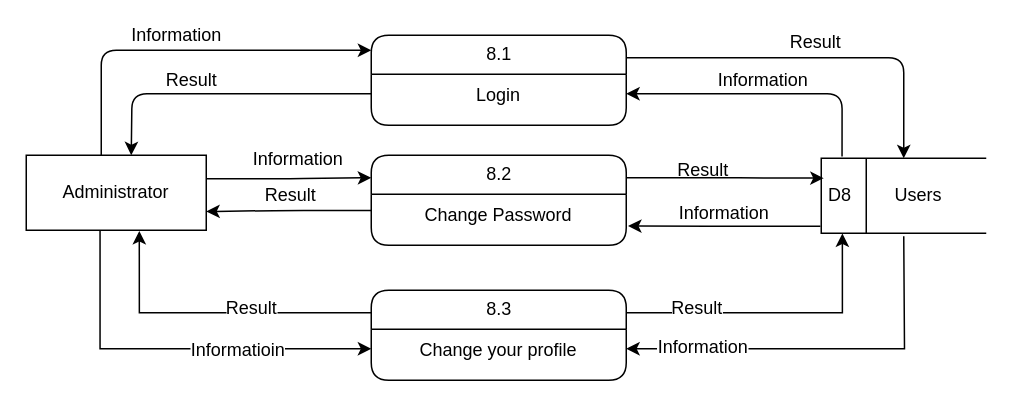
Before: page "10, 11, 12" (7 of 7) of resources/dfd/Admin/DFD-Admin.drawio in vanluong94/aptech-doccure, a draw.io diagram. Source tidied: cells renumbered, new cells numbered last; positions are measured from the earlier drawing's top-left corner, leaving out a move shared by most shapes. Both pictures are drawn from the tidied source at 150%, with x=0, y=0 at pixel (26, 34).
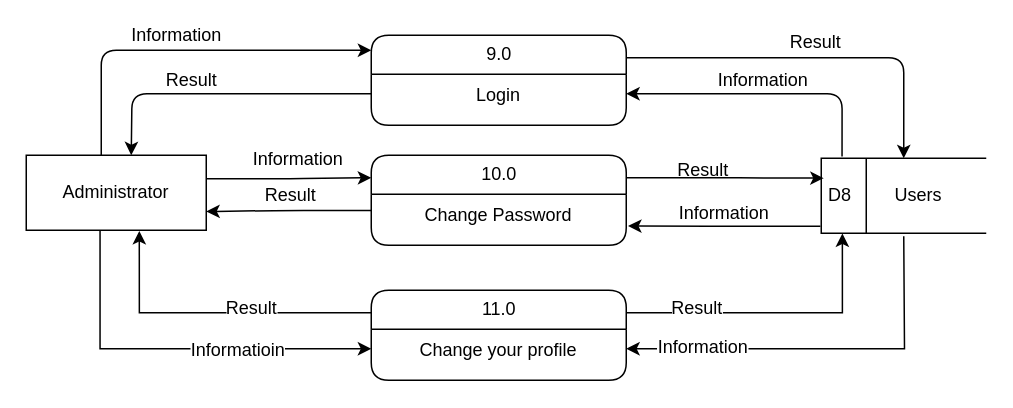
Above is the later version.

What changed in the source:
```diff
@@
-    <mxCell id="8" value="8.1" style="swimlane;html=1;fontStyle=0;horizontal=1;startSize=26;swimlaneFillColor=#ffffff;align=center;rounded=1;shadow=0;comic=0;labelBackgroundColor=none;strokeWidth=1;fontFamily=Helvetica;fontSize=12;" parent="1" vertex="1">
+    <mxCell id="8" value="9.0" style="swimlane;html=1;fontStyle=0;horizontal=1;startSize=26;swimlaneFillColor=#ffffff;align=center;rounded=1;shadow=0;comic=0;labelBackgroundColor=none;strokeWidth=1;fontFamily=Helvetica;fontSize=12;" parent="1" vertex="1">
       <mxGeometry x="230" width="170" height="60" as="geometry" />
     </mxCell>
@@
-    <mxCell id="11" value="8.2" style="swimlane;html=1;fontStyle=0;horizontal=1;startSize=26;swimlaneFillColor=#ffffff;align=center;rounded=1;shadow=0;comic=0;labelBackgroundColor=none;strokeWidth=1;fontFamily=Helvetica;fontSize=12;" parent="1" vertex="1">
+    <mxCell id="11" value="10.0" style="swimlane;html=1;fontStyle=0;horizontal=1;startSize=26;swimlaneFillColor=#ffffff;align=center;rounded=1;shadow=0;comic=0;labelBackgroundColor=none;strokeWidth=1;fontFamily=Helvetica;fontSize=12;" parent="1" vertex="1">
       <mxGeometry x="230" y="80" width="170" height="60" as="geometry" />
     </mxCell>
@@
-    <mxCell id="25" value="8.3" style="swimlane;html=1;fontStyle=0;horizontal=1;startSize=26;swimlaneFillColor=#ffffff;align=center;rounded=1;shadow=0;comic=0;labelBackgroundColor=none;strokeWidth=1;fontFamily=Helvetica;fontSize=12;" parent="1" vertex="1">
+    <mxCell id="25" value="11.0" style="swimlane;html=1;fontStyle=0;horizontal=1;startSize=26;swimlaneFillColor=#ffffff;align=center;rounded=1;shadow=0;comic=0;labelBackgroundColor=none;strokeWidth=1;fontFamily=Helvetica;fontSize=12;" parent="1" vertex="1">
       <mxGeometry x="230" y="170" width="170" height="60" as="geometry" />
     </mxCell>
```
